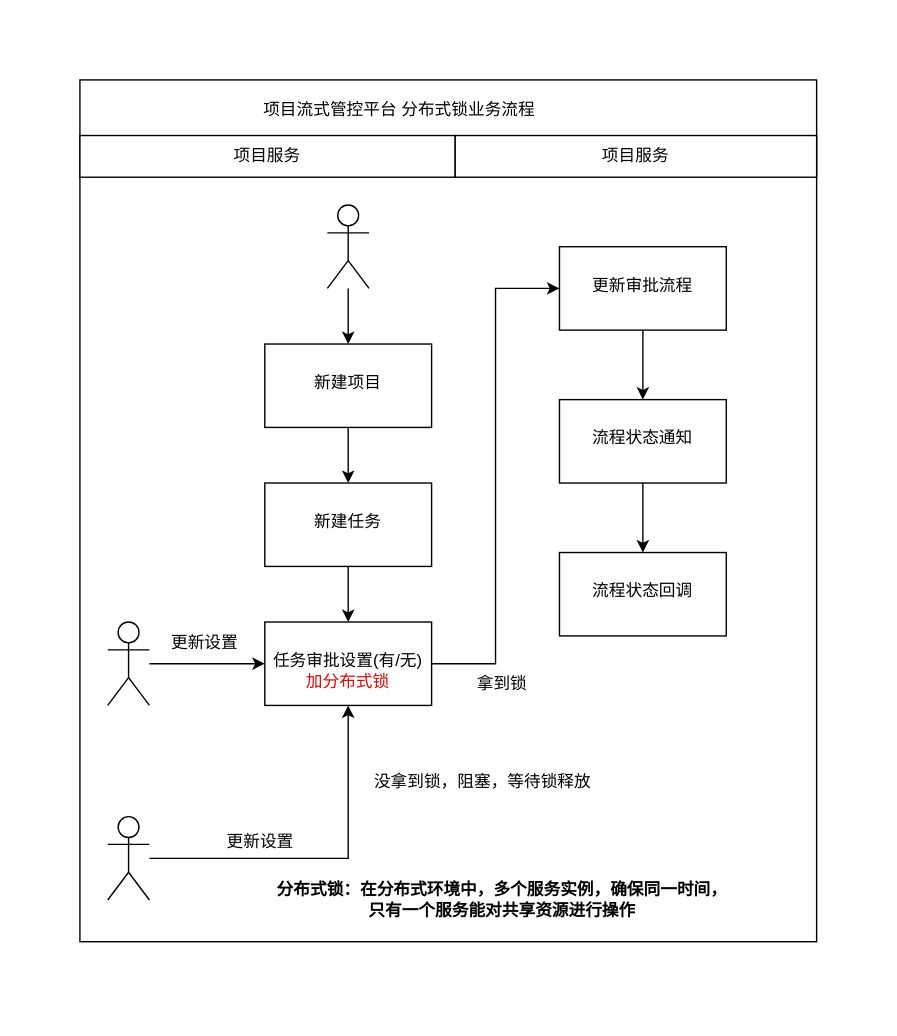
Before: 项目管理分布式锁业务流程.drawio in haipeng-lin/drawIo, a draw.io diagram. Source tidied: cells renumbered, new cells numbered last; positions are measured from the earlier drawing's top-left corner, leaving out a move shared by most shapes. Both pictures are drawn from the tidied source at 139%, with x=0, y=0 at pixel (79, 79).
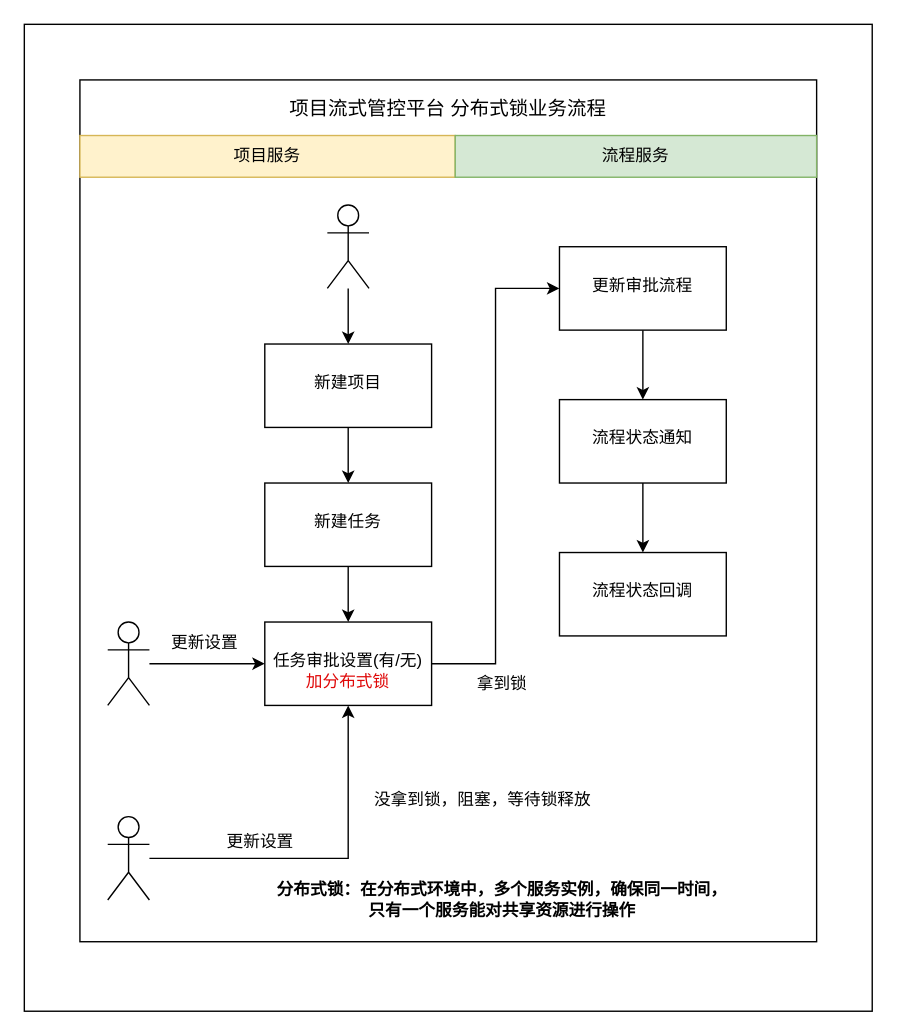
After the change.

Commit message:
更新项目管理分布式锁业务流程.drawio

The edit, as a diff of the source:
```diff
@@
+    <mxCell id="28" style="rounded=0;whiteSpace=wrap;html=1;" parent="1" vertex="1">
+      <mxGeometry x="-40" y="-40" width="610" height="710" as="geometry" />
+    </mxCell>
@@
-    <mxCell id="5" value="项目服务" style="rounded=0;whiteSpace=wrap;html=1;" parent="1" vertex="1">
+    <mxCell id="5" value="项目服务" style="rounded=0;whiteSpace=wrap;html=1;fillColor=#fff2cc;strokeColor=#d6b656;" parent="1" vertex="1">
       <mxGeometry y="40" width="270" height="30" as="geometry" />
     </mxCell>
-    <mxCell id="6" value="项目流式管控平台 分布式锁业务流程" style="text;html=1;align=center;verticalAlign=middle;whiteSpace=wrap;rounded=0;" parent="1" vertex="1">
-      <mxGeometry x="115" y="7" width="230" height="30" as="geometry" />
+    <mxCell id="6" value="&lt;span style=&quot;font-weight: normal;&quot;&gt;&lt;font style=&quot;font-size: 14px;&quot;&gt;项目流式管控平台 分布式锁业务流程&lt;/font&gt;&lt;/span&gt;" style="text;html=1;align=center;verticalAlign=middle;whiteSpace=wrap;rounded=0;fontStyle=1;" parent="1" vertex="1">
+      <mxGeometry x="150" y="6" width="230" height="30" as="geometry" />
     </mxCell>
@@
-    <mxCell id="13" value="项目服务" style="rounded=0;whiteSpace=wrap;html=1;" parent="1" vertex="1">
+    <mxCell id="13" value="流程服务" style="rounded=0;whiteSpace=wrap;html=1;fillColor=#d5e8d4;strokeColor=#82b366;" parent="1" vertex="1">
       <mxGeometry x="270" y="40" width="260" height="30" as="geometry" />
     </mxCell>
@@
     <mxCell id="26" value="没拿到锁，阻塞，等待锁释放" style="text;html=1;align=center;verticalAlign=middle;whiteSpace=wrap;rounded=0;" parent="1" vertex="1">
-      <mxGeometry x="200" y="490" width="180" height="30" as="geometry" />
+      <mxGeometry x="200" y="503" width="180" height="30" as="geometry" />
     </mxCell>
```
